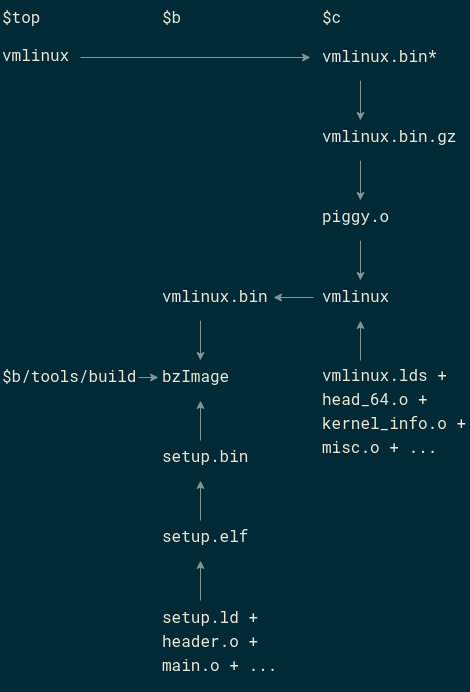
Before: image/linux-build.png, a diagram exported from draw.io (monstrous-moonshine/linux-kernel-study). Source tidied: cells renumbered, new cells last; positions are measured from the earlier drawing's top-left corner, leaving out a move shared by most shapes.
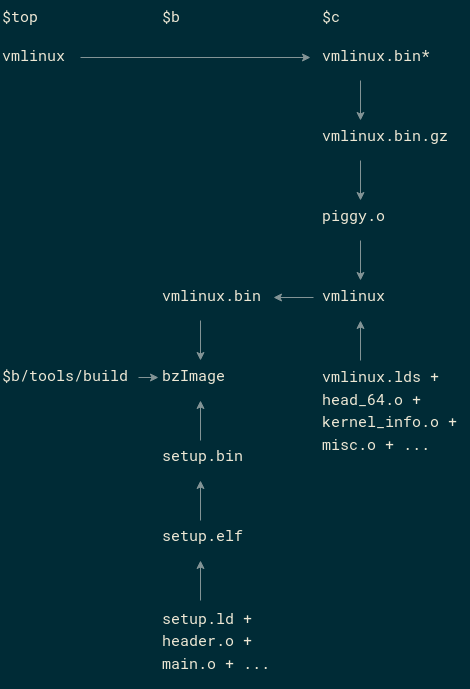
After the change.

The edit, as a diff of the source:
```diff
@@ -2,111 +2,111 @@
   <root>
     <mxCell id="0" />
     <mxCell id="1" parent="0" />
-    <mxCell id="2" value="&lt;font style=&quot;font-size: 16px;&quot;&gt;$top&lt;/font&gt;" style="text;html=1;strokeColor=none;fillColor=none;align=left;verticalAlign=top;whiteSpace=wrap;rounded=0;fontFamily=Roboto Mono;fontSource=https%3A%2F%2Ffonts.googleapis.com%2Fcss%3Ffamily%3DRoboto%2BMono;fontColor=#eee8d5;fontSize=16;" parent="1" vertex="1">
+    <mxCell id="2" value="&lt;font style=&quot;font-size: 15px;&quot;&gt;$top&lt;/font&gt;" style="text;html=1;strokeColor=none;fillColor=none;align=left;verticalAlign=top;whiteSpace=wrap;rounded=0;fontFamily=Roboto Mono;fontSource=https%3A%2F%2Ffonts.googleapis.com%2Fcss%3Ffamily%3DRoboto%2BMono;fontColor=#eee8d5;fontSize=15;" parent="1" vertex="1">
       <mxGeometry width="60" height="30" as="geometry" />
     </mxCell>
-    <mxCell id="3" value="&lt;font style=&quot;font-size: 16px;&quot;&gt;$b&lt;/font&gt;" style="text;html=1;strokeColor=none;fillColor=none;align=left;verticalAlign=top;whiteSpace=wrap;rounded=0;fontFamily=Roboto Mono;fontSource=https%3A%2F%2Ffonts.googleapis.com%2Fcss%3Ffamily%3DRoboto%2BMono;fontColor=#eee8d5;fontSize=16;" parent="1" vertex="1">
+    <mxCell id="3" value="&lt;font style=&quot;font-size: 15px;&quot;&gt;$b&lt;/font&gt;" style="text;html=1;strokeColor=none;fillColor=none;align=left;verticalAlign=top;whiteSpace=wrap;rounded=0;fontFamily=Roboto Mono;fontSource=https%3A%2F%2Ffonts.googleapis.com%2Fcss%3Ffamily%3DRoboto%2BMono;fontColor=#eee8d5;fontSize=15;" parent="1" vertex="1">
       <mxGeometry x="160" width="60" height="30" as="geometry" />
     </mxCell>
-    <mxCell id="4" value="&lt;font style=&quot;font-size: 16px;&quot;&gt;$c&lt;/font&gt;" style="text;html=1;strokeColor=none;fillColor=none;align=left;verticalAlign=top;whiteSpace=wrap;rounded=0;fontFamily=Roboto Mono;fontSource=https%3A%2F%2Ffonts.googleapis.com%2Fcss%3Ffamily%3DRoboto%2BMono;fontColor=#eee8d5;fontSize=16;" parent="1" vertex="1">
+    <mxCell id="4" value="&lt;font style=&quot;font-size: 15px;&quot;&gt;$c&lt;/font&gt;" style="text;html=1;strokeColor=none;fillColor=none;align=left;verticalAlign=top;whiteSpace=wrap;rounded=0;fontFamily=Roboto Mono;fontSource=https%3A%2F%2Ffonts.googleapis.com%2Fcss%3Ffamily%3DRoboto%2BMono;fontColor=#eee8d5;fontSize=15;" parent="1" vertex="1">
       <mxGeometry x="320" width="60" height="30" as="geometry" />
     </mxCell>
-    <mxCell id="5" value="&lt;font face=&quot;Roboto Mono&quot; style=&quot;font-size: 16px;&quot;&gt;vmlinux&lt;/font&gt;" style="text;html=1;strokeColor=none;fillColor=none;align=left;verticalAlign=middle;whiteSpace=wrap;rounded=0;fontFamily=Lucida Console;fontColor=#eee8d5;fontSize=16;" parent="1" vertex="1">
+    <mxCell id="5" value="&lt;font face=&quot;Roboto Mono&quot; style=&quot;font-size: 15px;&quot;&gt;vmlinux&lt;/font&gt;" style="text;html=1;strokeColor=none;fillColor=none;align=left;verticalAlign=middle;whiteSpace=wrap;rounded=0;fontFamily=Lucida Console;fontColor=#eee8d5;fontSize=15;" parent="1" vertex="1">
       <mxGeometry y="40" width="60" height="30" as="geometry" />
     </mxCell>
-    <mxCell id="6" value="vmlinux.bin*" style="text;html=1;strokeColor=none;fillColor=none;align=left;verticalAlign=middle;whiteSpace=wrap;rounded=0;fontFamily=Roboto Mono;fontSource=https%3A%2F%2Ffonts.googleapis.com%2Fcss%3Ffamily%3DRoboto%2BMono;fontColor=#eee8d5;fontSize=16;" parent="1" vertex="1">
+    <mxCell id="6" value="vmlinux.bin*" style="text;html=1;strokeColor=none;fillColor=none;align=left;verticalAlign=middle;whiteSpace=wrap;rounded=0;fontFamily=Roboto Mono;fontSource=https%3A%2F%2Ffonts.googleapis.com%2Fcss%3Ffamily%3DRoboto%2BMono;fontColor=#eee8d5;fontSize=15;" parent="1" vertex="1">
       <mxGeometry x="320" y="40" width="100" height="30" as="geometry" />
     </mxCell>
-    <mxCell id="7" value="vmlinux.bin.gz" style="text;html=1;strokeColor=none;fillColor=none;align=left;verticalAlign=middle;whiteSpace=wrap;rounded=0;fontFamily=Roboto Mono;fontSource=https%3A%2F%2Ffonts.googleapis.com%2Fcss%3Ffamily%3DRoboto%2BMono;fontColor=#eee8d5;fontSize=16;" parent="1" vertex="1">
+    <mxCell id="7" value="vmlinux.bin.gz" style="text;html=1;strokeColor=none;fillColor=none;align=left;verticalAlign=middle;whiteSpace=wrap;rounded=0;fontFamily=Roboto Mono;fontSource=https%3A%2F%2Ffonts.googleapis.com%2Fcss%3Ffamily%3DRoboto%2BMono;fontColor=#eee8d5;fontSize=15;" parent="1" vertex="1">
       <mxGeometry x="320" y="120" width="130" height="30" as="geometry" />
     </mxCell>
-    <mxCell id="8" value="piggy.o" style="text;html=1;strokeColor=none;fillColor=none;align=left;verticalAlign=middle;whiteSpace=wrap;rounded=0;fontFamily=Roboto Mono;fontSource=https%3A%2F%2Ffonts.googleapis.com%2Fcss%3Ffamily%3DRoboto%2BMono;fontColor=#eee8d5;fontSize=16;" parent="1" vertex="1">
+    <mxCell id="8" value="piggy.o" style="text;html=1;strokeColor=none;fillColor=none;align=left;verticalAlign=middle;whiteSpace=wrap;rounded=0;fontFamily=Roboto Mono;fontSource=https%3A%2F%2Ffonts.googleapis.com%2Fcss%3Ffamily%3DRoboto%2BMono;fontColor=#eee8d5;fontSize=15;" parent="1" vertex="1">
       <mxGeometry x="320" y="200" width="60" height="30" as="geometry" />
     </mxCell>
-    <mxCell id="9" value="vmlinux" style="text;html=1;strokeColor=none;fillColor=none;align=left;verticalAlign=middle;whiteSpace=wrap;rounded=0;fontFamily=Roboto Mono;fontSource=https%3A%2F%2Ffonts.googleapis.com%2Fcss%3Ffamily%3DRoboto%2BMono;fontColor=#eee8d5;fontSize=16;" parent="1" vertex="1">
+    <mxCell id="9" value="vmlinux" style="text;html=1;strokeColor=none;fillColor=none;align=left;verticalAlign=middle;whiteSpace=wrap;rounded=0;fontFamily=Roboto Mono;fontSource=https%3A%2F%2Ffonts.googleapis.com%2Fcss%3Ffamily%3DRoboto%2BMono;fontColor=#eee8d5;fontSize=15;" parent="1" vertex="1">
       <mxGeometry x="320" y="280" width="60" height="30" as="geometry" />
     </mxCell>
-    <mxCell id="10" value="vmlinux.bin" style="text;html=1;strokeColor=none;fillColor=none;align=left;verticalAlign=middle;whiteSpace=wrap;rounded=0;fontFamily=Roboto Mono;fontSource=https%3A%2F%2Ffonts.googleapis.com%2Fcss%3Ffamily%3DRoboto%2BMono;fontColor=#eee8d5;fontSize=16;" parent="1" vertex="1">
+    <mxCell id="10" value="vmlinux.bin" style="text;html=1;strokeColor=none;fillColor=none;align=left;verticalAlign=middle;whiteSpace=wrap;rounded=0;fontFamily=Roboto Mono;fontSource=https%3A%2F%2Ffonts.googleapis.com%2Fcss%3Ffamily%3DRoboto%2BMono;fontColor=#eee8d5;fontSize=15;" parent="1" vertex="1">
       <mxGeometry x="160" y="280" width="100" height="30" as="geometry" />
     </mxCell>
-    <mxCell id="11" value="setup.bin" style="text;html=1;strokeColor=none;fillColor=none;align=left;verticalAlign=middle;whiteSpace=wrap;rounded=0;fontFamily=Roboto Mono;fontSource=https%3A%2F%2Ffonts.googleapis.com%2Fcss%3Ffamily%3DRoboto%2BMono;fontColor=#eee8d5;fontSize=16;" parent="1" vertex="1">
+    <mxCell id="11" value="setup.bin" style="text;html=1;strokeColor=none;fillColor=none;align=left;verticalAlign=middle;whiteSpace=wrap;rounded=0;fontFamily=Roboto Mono;fontSource=https%3A%2F%2Ffonts.googleapis.com%2Fcss%3Ffamily%3DRoboto%2BMono;fontColor=#eee8d5;fontSize=15;" parent="1" vertex="1">
       <mxGeometry x="160" y="440" width="100" height="30" as="geometry" />
     </mxCell>
-    <mxCell id="12" value="setup.elf" style="text;html=1;strokeColor=none;fillColor=none;align=left;verticalAlign=middle;whiteSpace=wrap;rounded=0;fontFamily=Roboto Mono;fontSource=https%3A%2F%2Ffonts.googleapis.com%2Fcss%3Ffamily%3DRoboto%2BMono;fontColor=#eee8d5;fontSize=16;" parent="1" vertex="1">
+    <mxCell id="12" value="setup.elf" style="text;html=1;strokeColor=none;fillColor=none;align=left;verticalAlign=middle;whiteSpace=wrap;rounded=0;fontFamily=Roboto Mono;fontSource=https%3A%2F%2Ffonts.googleapis.com%2Fcss%3Ffamily%3DRoboto%2BMono;fontColor=#eee8d5;fontSize=15;" parent="1" vertex="1">
       <mxGeometry x="160" y="520" width="100" height="30" as="geometry" />
     </mxCell>
-    <mxCell id="13" style="endArrow=classic;html=1;rounded=0;verticalAlign=middle;fontColor=#eee8d5;strokeColor=#839496;fontSize=16;" parent="1" edge="1">
+    <mxCell id="13" style="endArrow=classic;html=1;rounded=0;verticalAlign=middle;fontColor=#eee8d5;strokeColor=#839496;fontSize=15;" parent="1" edge="1">
       <mxGeometry relative="1" as="geometry">
         <mxPoint x="80" y="57" as="sourcePoint" />
         <mxPoint x="310" y="57" as="targetPoint" />
       </mxGeometry>
     </mxCell>
-    <mxCell id="14" style="endArrow=classic;html=1;rounded=0;fontColor=#eee8d5;strokeColor=#839496;fontSize=16;" parent="1" edge="1">
+    <mxCell id="14" style="endArrow=classic;html=1;rounded=0;fontColor=#eee8d5;strokeColor=#839496;fontSize=15;" parent="1" edge="1">
       <mxGeometry relative="1" as="geometry">
         <mxPoint x="360" y="80" as="sourcePoint" />
         <mxPoint x="360" y="120" as="targetPoint" />
       </mxGeometry>
     </mxCell>
-    <mxCell id="15" style="endArrow=classic;html=1;rounded=0;fontColor=#eee8d5;strokeColor=#839496;fontSize=16;" parent="1" edge="1">
+    <mxCell id="15" style="endArrow=classic;html=1;rounded=0;fontColor=#eee8d5;strokeColor=#839496;fontSize=15;" parent="1" edge="1">
       <mxGeometry relative="1" as="geometry">
         <mxPoint x="360" y="160" as="sourcePoint" />
         <mxPoint x="360" y="200" as="targetPoint" />
       </mxGeometry>
     </mxCell>
-    <mxCell id="16" style="endArrow=classic;html=1;rounded=0;fontColor=#eee8d5;strokeColor=#839496;fontSize=16;" parent="1" edge="1">
+    <mxCell id="16" style="endArrow=classic;html=1;rounded=0;fontColor=#eee8d5;strokeColor=#839496;fontSize=15;" parent="1" edge="1">
       <mxGeometry relative="1" as="geometry">
         <mxPoint x="360" y="240" as="sourcePoint" />
         <mxPoint x="360" y="280" as="targetPoint" />
       </mxGeometry>
     </mxCell>
-    <mxCell id="17" style="endArrow=classic;html=1;rounded=0;exitX=0.4;exitY=0;exitDx=0;exitDy=0;exitPerimeter=0;fontColor=#eee8d5;strokeColor=#839496;fontSize=16;" parent="1" edge="1" source="12">
+    <mxCell id="17" style="endArrow=classic;html=1;rounded=0;exitX=0.4;exitY=0;exitDx=0;exitDy=0;exitPerimeter=0;fontColor=#eee8d5;strokeColor=#839496;fontSize=15;" parent="1" edge="1" source="12">
       <mxGeometry relative="1" as="geometry">
         <mxPoint x="200" y="480" as="targetPoint" />
       </mxGeometry>
     </mxCell>
-    <mxCell id="18" style="endArrow=classic;html=1;rounded=0;fontColor=#eee8d5;fontSize=16;strokeColor=#839496;" parent="1" edge="1">
+    <mxCell id="18" style="endArrow=classic;html=1;rounded=0;fontColor=#eee8d5;fontSize=15;strokeColor=#839496;" parent="1" edge="1">
       <mxGeometry relative="1" as="geometry">
         <mxPoint x="313" y="297" as="sourcePoint" />
         <mxPoint x="273" y="297" as="targetPoint" />
       </mxGeometry>
     </mxCell>
-    <mxCell id="19" value="bzImage" style="text;html=1;strokeColor=none;fillColor=none;align=left;verticalAlign=middle;whiteSpace=wrap;rounded=0;fontFamily=Roboto Mono;fontSource=https%3A%2F%2Ffonts.googleapis.com%2Fcss%3Ffamily%3DRoboto%2BMono;fontColor=#eee8d5;fontSize=16;" parent="1" vertex="1">
+    <mxCell id="19" value="bzImage" style="text;html=1;strokeColor=none;fillColor=none;align=left;verticalAlign=middle;whiteSpace=wrap;rounded=0;fontFamily=Roboto Mono;fontSource=https%3A%2F%2Ffonts.googleapis.com%2Fcss%3Ffamily%3DRoboto%2BMono;fontColor=#eee8d5;fontSize=15;" parent="1" vertex="1">
       <mxGeometry x="160" y="360" width="100" height="30" as="geometry" />
     </mxCell>
-    <mxCell id="20" style="endArrow=classic;html=1;rounded=0;exitX=0.4;exitY=0;exitDx=0;exitDy=0;exitPerimeter=0;fontColor=#eee8d5;strokeColor=#839496;fontSize=16;" parent="1" edge="1">
+    <mxCell id="20" style="endArrow=classic;html=1;rounded=0;exitX=0.4;exitY=0;exitDx=0;exitDy=0;exitPerimeter=0;fontColor=#eee8d5;strokeColor=#839496;fontSize=15;" parent="1" edge="1">
       <mxGeometry relative="1" as="geometry">
         <mxPoint x="200" y="440" as="sourcePoint" />
         <mxPoint x="200" y="400" as="targetPoint" />
       </mxGeometry>
     </mxCell>
-    <mxCell id="21" style="endArrow=classic;html=1;rounded=0;fontColor=#eee8d5;strokeColor=#839496;fontSize=16;" parent="1" edge="1">
+    <mxCell id="21" style="endArrow=classic;html=1;rounded=0;fontColor=#eee8d5;strokeColor=#839496;fontSize=15;" parent="1" edge="1">
       <mxGeometry relative="1" as="geometry">
         <mxPoint x="200" y="320" as="sourcePoint" />
         <mxPoint x="200" y="360" as="targetPoint" />
       </mxGeometry>
     </mxCell>
-    <mxCell id="22" value="&lt;p style=&quot;line-height: 120%; font-size: 16px;&quot;&gt;&lt;/p&gt;&lt;div style=&quot;line-height: 150%; font-size: 16px;&quot;&gt;vmlinux.lds +&lt;/div&gt;&lt;div style=&quot;line-height: 150%; font-size: 16px;&quot;&gt;head_64.o +&lt;/div&gt;&lt;div style=&quot;line-height: 150%; font-size: 16px;&quot;&gt;kernel_info.o +&lt;/div&gt;&lt;div style=&quot;line-height: 150%; font-size: 16px;&quot;&gt;misc.o + ...&lt;/div&gt;&lt;p style=&quot;font-size: 16px;&quot;&gt;&lt;/p&gt;" style="text;html=1;strokeColor=none;fillColor=none;align=left;verticalAlign=middle;whiteSpace=wrap;rounded=0;fontFamily=Roboto Mono;fontSource=https%3A%2F%2Ffonts.googleapis.com%2Fcss%3Ffamily%3DRoboto%2BMono;fontColor=#eee8d5;fontSize=16;" parent="1" vertex="1">
+    <mxCell id="22" value="&lt;p style=&quot;line-height: 120%; font-size: 15px;&quot;&gt;&lt;/p&gt;&lt;div style=&quot;line-height: 150%; font-size: 15px;&quot;&gt;vmlinux.lds +&lt;/div&gt;&lt;div style=&quot;line-height: 150%; font-size: 15px;&quot;&gt;head_64.o +&lt;/div&gt;&lt;div style=&quot;line-height: 150%; font-size: 15px;&quot;&gt;kernel_info.o +&lt;/div&gt;&lt;div style=&quot;line-height: 150%; font-size: 15px;&quot;&gt;misc.o + ...&lt;/div&gt;&lt;p style=&quot;font-size: 15px;&quot;&gt;&lt;/p&gt;" style="text;html=1;strokeColor=none;fillColor=none;align=left;verticalAlign=middle;whiteSpace=wrap;rounded=0;fontFamily=Roboto Mono;fontSource=https%3A%2F%2Ffonts.googleapis.com%2Fcss%3Ffamily%3DRoboto%2BMono;fontColor=#eee8d5;fontSize=15;" parent="1" vertex="1">
       <mxGeometry x="320" y="360" width="150" height="100" as="geometry" />
     </mxCell>
-    <mxCell id="23" style="endArrow=classic;html=1;rounded=0;exitX=0.4;exitY=0;exitDx=0;exitDy=0;exitPerimeter=0;fontColor=#eee8d5;strokeColor=#839496;fontSize=16;" parent="1" edge="1">
+    <mxCell id="23" style="endArrow=classic;html=1;rounded=0;exitX=0.4;exitY=0;exitDx=0;exitDy=0;exitPerimeter=0;fontColor=#eee8d5;strokeColor=#839496;fontSize=15;" parent="1" edge="1">
       <mxGeometry relative="1" as="geometry">
         <mxPoint x="360" y="360" as="sourcePoint" />
         <mxPoint x="360" y="320" as="targetPoint" />
       </mxGeometry>
     </mxCell>
-    <mxCell id="24" value="&lt;p style=&quot;line-height: 120%; font-size: 16px;&quot;&gt;&lt;/p&gt;&lt;div style=&quot;line-height: 150%; font-size: 16px;&quot;&gt;setup.ld +&lt;/div&gt;&lt;div style=&quot;line-height: 150%; font-size: 16px;&quot;&gt;header.o +&lt;/div&gt;&lt;div style=&quot;line-height: 150%; font-size: 16px;&quot;&gt;main.o + ...&lt;br style=&quot;font-size: 16px;&quot;&gt;&lt;/div&gt;&lt;p style=&quot;font-size: 16px;&quot;&gt;&lt;/p&gt;" style="text;html=1;strokeColor=none;fillColor=none;align=left;verticalAlign=middle;whiteSpace=wrap;rounded=0;fontFamily=Roboto Mono;fontSource=https%3A%2F%2Ffonts.googleapis.com%2Fcss%3Ffamily%3DRoboto%2BMono;fontColor=#eee8d5;fontSize=16;" parent="1" vertex="1">
+    <mxCell id="24" value="&lt;p style=&quot;line-height: 120%; font-size: 15px;&quot;&gt;&lt;/p&gt;&lt;div style=&quot;line-height: 150%; font-size: 15px;&quot;&gt;setup.ld +&lt;/div&gt;&lt;div style=&quot;line-height: 150%; font-size: 15px;&quot;&gt;header.o +&lt;/div&gt;&lt;div style=&quot;line-height: 150%; font-size: 15px;&quot;&gt;main.o + ...&lt;br style=&quot;font-size: 15px;&quot;&gt;&lt;/div&gt;&lt;p style=&quot;font-size: 15px;&quot;&gt;&lt;/p&gt;" style="text;html=1;strokeColor=none;fillColor=none;align=left;verticalAlign=middle;whiteSpace=wrap;rounded=0;fontFamily=Roboto Mono;fontSource=https%3A%2F%2Ffonts.googleapis.com%2Fcss%3Ffamily%3DRoboto%2BMono;fontColor=#eee8d5;fontSize=15;" parent="1" vertex="1">
       <mxGeometry x="160" y="600" width="140" height="80" as="geometry" />
     </mxCell>
-    <mxCell id="25" style="endArrow=classic;html=1;rounded=0;exitX=0.4;exitY=0;exitDx=0;exitDy=0;exitPerimeter=0;fontColor=#eee8d5;strokeColor=#839496;fontSize=16;" parent="1" edge="1">
+    <mxCell id="25" style="endArrow=classic;html=1;rounded=0;exitX=0.4;exitY=0;exitDx=0;exitDy=0;exitPerimeter=0;fontColor=#eee8d5;strokeColor=#839496;fontSize=15;" parent="1" edge="1">
       <mxGeometry relative="1" as="geometry">
         <mxPoint x="200" y="600" as="sourcePoint" />
         <mxPoint x="200" y="560" as="targetPoint" />
       </mxGeometry>
     </mxCell>
-    <mxCell id="26" value="$b/tools/build" style="text;html=1;strokeColor=none;fillColor=none;align=left;verticalAlign=middle;whiteSpace=wrap;rounded=0;fontFamily=Roboto Mono;fontSource=https%3A%2F%2Ffonts.googleapis.com%2Fcss%3Ffamily%3DRoboto%2BMono;fontColor=#eee8d5;fontSize=16;" parent="1" vertex="1">
+    <mxCell id="26" value="$b/tools/build" style="text;html=1;strokeColor=none;fillColor=none;align=left;verticalAlign=middle;whiteSpace=wrap;rounded=0;fontFamily=Roboto Mono;fontSource=https%3A%2F%2Ffonts.googleapis.com%2Fcss%3Ffamily%3DRoboto%2BMono;fontColor=#eee8d5;fontSize=15;" parent="1" vertex="1">
       <mxGeometry y="360" width="140" height="30" as="geometry" />
     </mxCell>
-    <mxCell id="27" style="endArrow=classic;html=1;rounded=0;fontColor=#eee8d5;fontSize=16;strokeColor=#839496;" parent="1" edge="1">
+    <mxCell id="27" style="endArrow=classic;html=1;rounded=0;fontColor=#eee8d5;fontSize=15;strokeColor=#839496;" parent="1" edge="1">
       <mxGeometry relative="1" as="geometry">
         <mxPoint x="138" y="377" as="sourcePoint" />
         <mxPoint x="158" y="377" as="targetPoint" />
```
